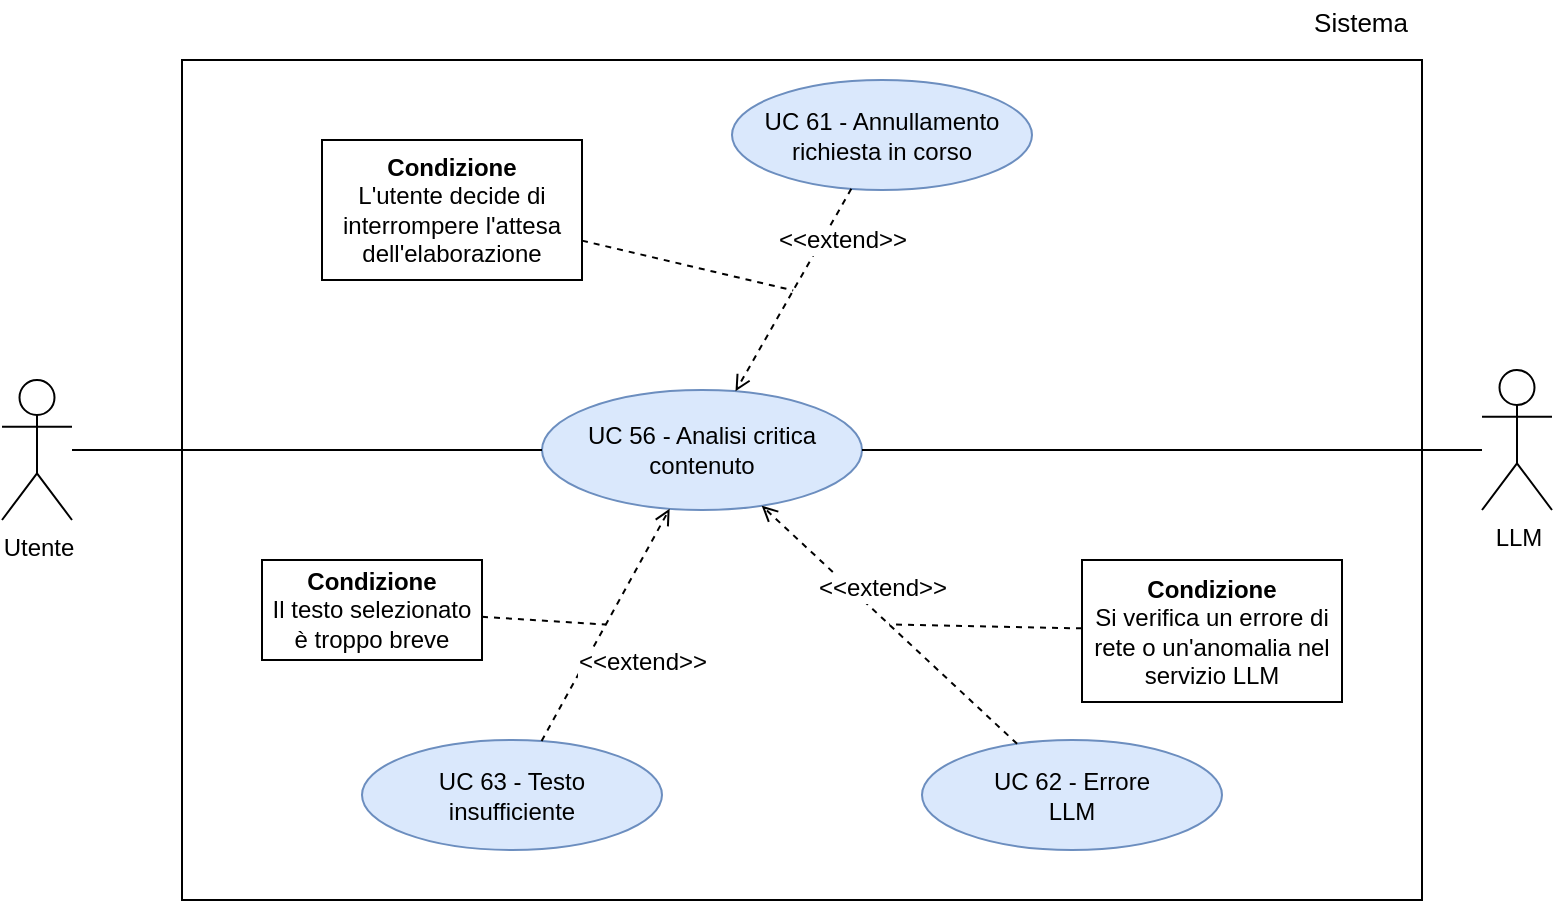
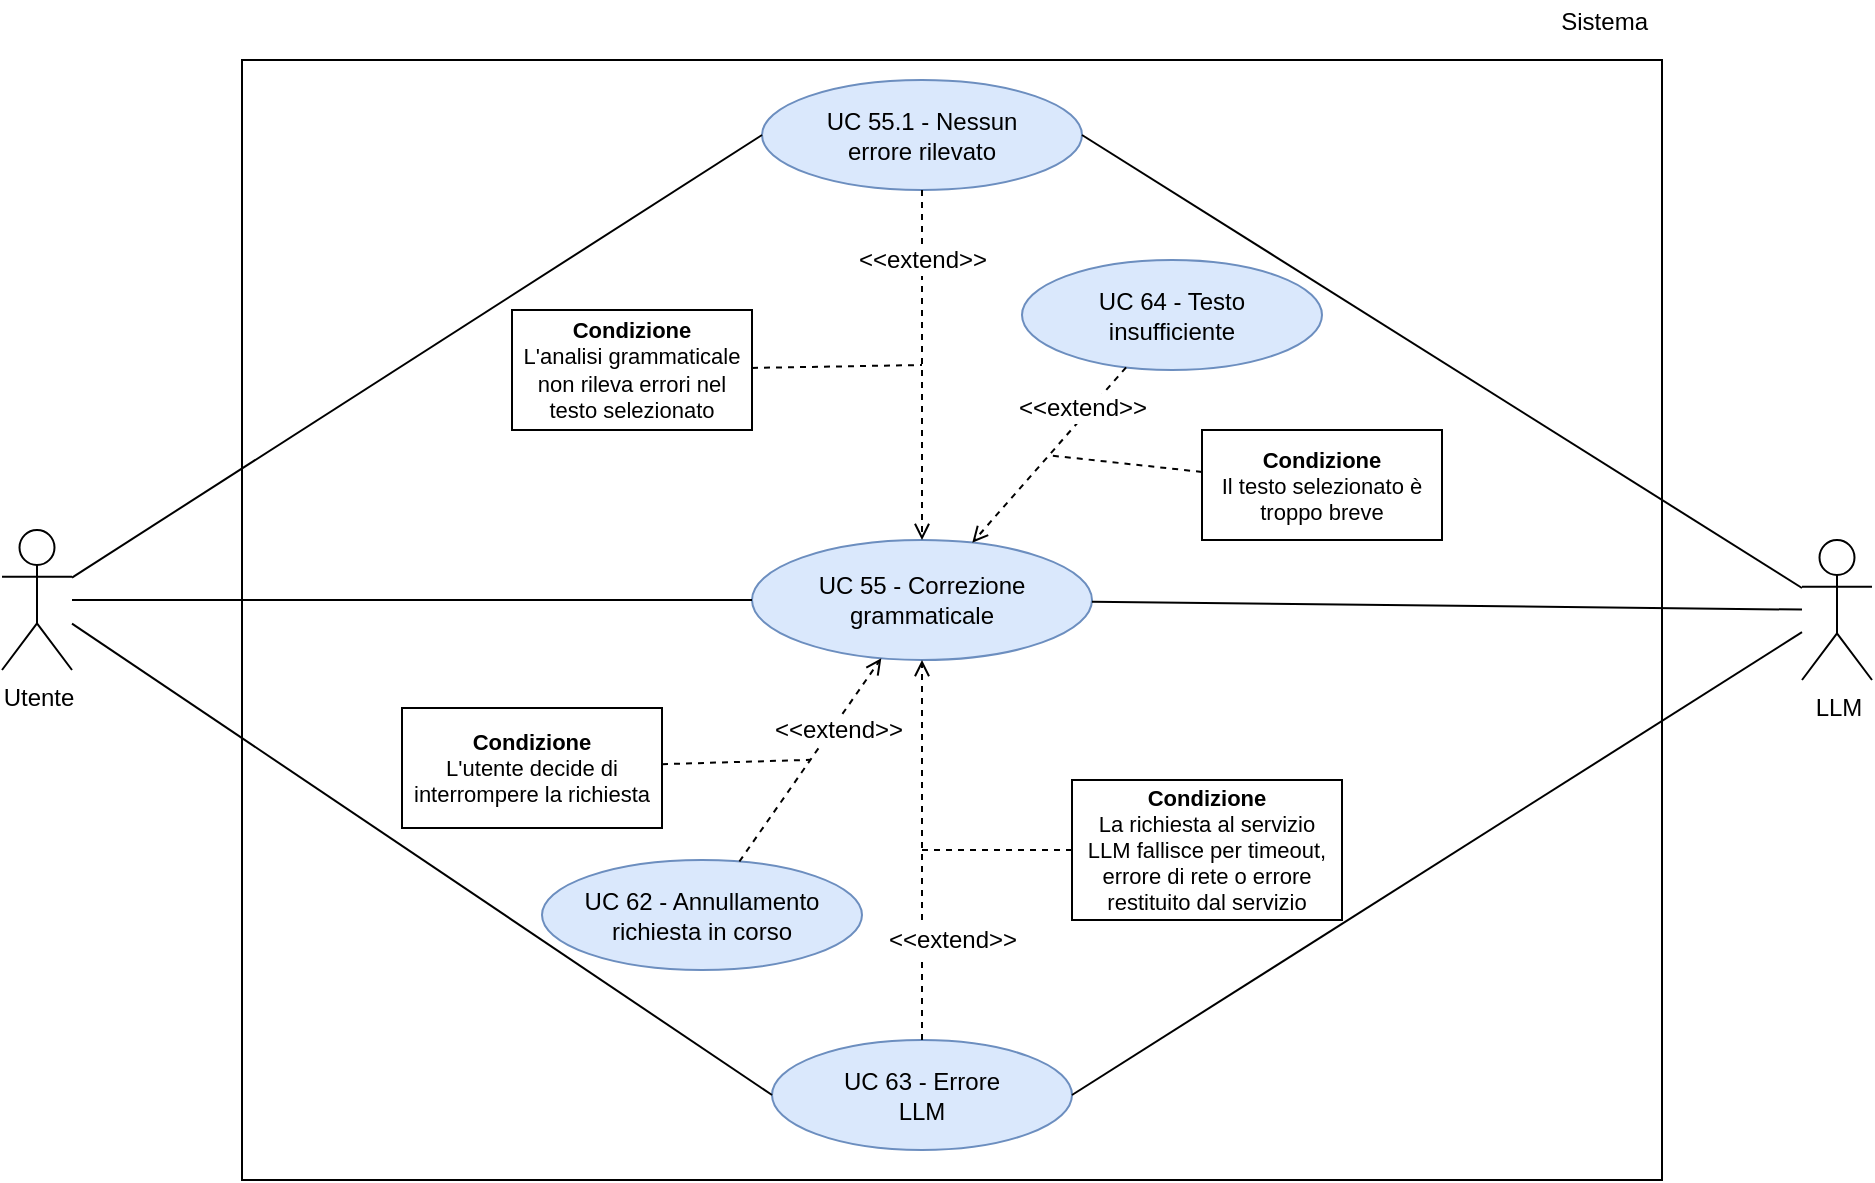
- <mxGraphModel dx="1069" dy="558" grid="1" gridSize="10" guides="1" tooltips="1" connect="1" arrows="1" fold="1" page="1" pageScale="1" pageWidth="1169" pageHeight="827" math="0" shadow="0">
+ <mxGraphModel dx="1283" dy="669" grid="1" gridSize="10" guides="1" tooltips="1" connect="1" arrows="1" fold="1" page="1" pageScale="1" pageWidth="1169" pageHeight="827" math="0" shadow="0">
  <root>
    <mxCell id="0" />
    <mxCell id="1" parent="0" />
-     <mxCell id="actor-user" parent="1" style="shape=umlActor;verticalLabelPosition=bottom;verticalAlign=top;html=1;outlineConnect=0;fontSize=10;" value="&lt;font style=&quot;font-size: 12px;&quot;&gt;Utente&lt;/font&gt;" vertex="1">
-       <mxGeometry height="70" width="35" x="220" y="310" as="geometry" />
+     <mxCell id="actor-user" parent="1" style="shape=umlActor;verticalLabelPosition=bottom;verticalAlign=top;html=1;outlineConnect=0;fontSize=12;" value="&lt;font&gt;Utente&lt;/font&gt;" vertex="1">
+       <mxGeometry height="70" width="35" x="160" y="325" as="geometry" />
    </mxCell>
-     <mxCell id="system-boundary" parent="1" style="rounded=0;whiteSpace=wrap;html=1;strokeWidth=1;" value="" vertex="1">
-       <mxGeometry height="420" width="620" x="310" y="150" as="geometry" />
+     <mxCell id="actor-llm" parent="1" style="shape=umlActor;verticalLabelPosition=bottom;verticalAlign=top;html=1;outlineConnect=0;fontSize=12;" value="&lt;font&gt;LLM&lt;/font&gt;" vertex="1">
+       <mxGeometry height="70" width="35" x="1060" y="330" as="geometry" />
    </mxCell>
-     <mxCell id="system-label" parent="1" style="text;html=1;whiteSpace=wrap;strokeColor=none;fillColor=none;align=right;verticalAlign=middle;fontSize=10;" value="&lt;font style=&quot;font-size: 13px;&quot;&gt;Sistema&lt;/font&gt;" vertex="1">
-       <mxGeometry height="22" width="65" x="860" y="120" as="geometry" />
+     <mxCell id="system-boundary" parent="1" style="rounded=0;whiteSpace=wrap;html=1;strokeWidth=1;fontSize=12;" value="" vertex="1">
+       <mxGeometry height="560" width="710" x="280" y="90" as="geometry" />
    </mxCell>
-     <mxCell id="uc52" parent="1" style="ellipse;whiteSpace=wrap;html=1;fillColor=#dae8fc;strokeColor=#6c8ebf;fontSize=10;" value="&lt;font style=&quot;&quot;&gt;&lt;font style=&quot;font-size: 12px;&quot;&gt;UC 56 - Analisi critica contenuto&lt;/font&gt;&lt;br&gt;&lt;/font&gt;" vertex="1">
-       <mxGeometry height="60" width="160" x="490" y="315" as="geometry" />
+     <mxCell id="system-label" parent="1" style="text;html=1;whiteSpace=wrap;strokeColor=none;fillColor=none;align=right;verticalAlign=middle;fontSize=12;" value="&lt;font&gt;Sistema&lt;/font&gt;" vertex="1">
+       <mxGeometry height="22" width="65" x="920" y="60" as="geometry" />
    </mxCell>
-     <mxCell id="uc62" parent="1" style="ellipse;whiteSpace=wrap;html=1;fillColor=#dae8fc;strokeColor=#6c8ebf;fontSize=10;" value="&lt;font style=&quot;font-size: 12px;&quot;&gt;UC 61 - Annullamento&lt;br&gt;richiesta in corso&lt;/font&gt;" vertex="1">
-       <mxGeometry height="55" width="150" x="585" y="160" as="geometry" />
+     <mxCell id="uc55" parent="1" style="ellipse;whiteSpace=wrap;html=1;fillColor=#dae8fc;strokeColor=#6c8ebf;fontSize=12;" value="&lt;font&gt;UC 55 - Correzione&lt;/font&gt;&lt;div&gt;&lt;font&gt;grammaticale&lt;/font&gt;&lt;/div&gt;" vertex="1">
+       <mxGeometry height="60" width="170" x="535" y="330" as="geometry" />
    </mxCell>
-     <mxCell id="uc63" parent="1" style="ellipse;whiteSpace=wrap;html=1;fillColor=#dae8fc;strokeColor=#6c8ebf;fontSize=10;" value="&lt;font style=&quot;font-size: 12px;&quot;&gt;UC 62 - Errore&lt;br&gt;LLM&lt;/font&gt;" vertex="1">
-       <mxGeometry height="55" width="150" x="680" y="490" as="geometry" />
+     <mxCell id="uc55-1" parent="1" style="ellipse;whiteSpace=wrap;html=1;fillColor=#dae8fc;strokeColor=#6c8ebf;fontSize=12;" value="&lt;font&gt;UC 55.1 - Nessun&lt;br&gt;errore rilevato&lt;/font&gt;" vertex="1">
+       <mxGeometry height="55" width="160" x="540" y="100" as="geometry" />
    </mxCell>
-     <mxCell id="uc64" parent="1" style="ellipse;whiteSpace=wrap;html=1;fillColor=#dae8fc;strokeColor=#6c8ebf;fontSize=10;" value="&lt;font style=&quot;font-size: 12px;&quot;&gt;UC 63 - Testo&lt;br&gt;insufficiente&lt;/font&gt;" vertex="1">
-       <mxGeometry height="55" width="150" x="400" y="490" as="geometry" />
+     <mxCell id="uc62" parent="1" style="ellipse;whiteSpace=wrap;html=1;fillColor=#dae8fc;strokeColor=#6c8ebf;fontSize=12;" value="&lt;font&gt;UC 62 - Annullamento&lt;br&gt;richiesta in corso&lt;/font&gt;" vertex="1">
+       <mxGeometry height="55" width="160" x="430" y="490" as="geometry" />
    </mxCell>
-     <mxCell id="assoc-user-uc52" edge="1" parent="1" source="actor-user" style="edgeStyle=none;rounded=0;orthogonalLoop=1;jettySize=auto;html=1;endArrow=none;endFill=0;" target="uc52">
+     <mxCell id="uc63" parent="1" style="ellipse;whiteSpace=wrap;html=1;fillColor=#dae8fc;strokeColor=#6c8ebf;fontSize=12;" value="&lt;font&gt;UC 63 - Errore&lt;br&gt;LLM&lt;/font&gt;" vertex="1">
+       <mxGeometry height="55" width="150" x="545" y="580" as="geometry" />
+     </mxCell>
+     <mxCell id="uc64" parent="1" style="ellipse;whiteSpace=wrap;html=1;fillColor=#dae8fc;strokeColor=#6c8ebf;fontSize=12;" value="&lt;font&gt;UC 64 - Testo&lt;br&gt;insufficiente&lt;/font&gt;" vertex="1">
+       <mxGeometry height="55" width="150" x="670" y="190" as="geometry" />
+     </mxCell>
+     <mxCell id="assoc-user-uc55" edge="1" parent="1" source="actor-user" style="edgeStyle=none;rounded=0;orthogonalLoop=1;jettySize=auto;html=1;endArrow=none;endFill=0;fontSize=12;" target="uc55">
      <mxGeometry relative="1" as="geometry" />
    </mxCell>
-     <mxCell id="assoc-uc52-llm" edge="1" parent="1" source="uc52" style="edgeStyle=none;rounded=0;orthogonalLoop=1;jettySize=auto;html=1;endArrow=none;endFill=0;">
-       <mxGeometry relative="1" as="geometry">
-         <mxPoint x="960" y="345" as="targetPoint" />
+     <mxCell id="assoc-uc55-llm" edge="1" parent="1" source="uc55" style="edgeStyle=none;rounded=0;orthogonalLoop=1;jettySize=auto;html=1;endArrow=none;endFill=0;fontSize=12;" target="actor-llm">
+       <mxGeometry relative="1" as="geometry" />
+     </mxCell>
+     <mxCell id="assoc-user-uc55-1" edge="1" parent="1" source="actor-user" style="edgeStyle=none;rounded=0;orthogonalLoop=1;jettySize=auto;html=1;endArrow=none;endFill=0;fontSize=12;entryX=0;entryY=0.5;entryDx=0;entryDy=0;" target="uc55-1">
+       <mxGeometry relative="1" as="geometry" />
+     </mxCell>
+     <mxCell id="assoc-uc55-1-llm" edge="1" parent="1" source="uc55-1" style="edgeStyle=none;rounded=0;orthogonalLoop=1;jettySize=auto;html=1;endArrow=none;endFill=0;fontSize=12;exitX=1;exitY=0.5;exitDx=0;exitDy=0;" target="actor-llm">
+       <mxGeometry relative="1" as="geometry" />
+     </mxCell>
+     <mxCell id="assoc-uc63-llm" edge="1" parent="1" source="uc63" style="edgeStyle=none;rounded=0;orthogonalLoop=1;jettySize=auto;html=1;endArrow=none;endFill=0;fontSize=12;exitX=1;exitY=0.5;exitDx=0;exitDy=0;" target="actor-llm">
+       <mxGeometry relative="1" as="geometry" />
+     </mxCell>
+     <mxCell id="extend-uc55-1-uc55" edge="1" parent="1" source="uc55-1" style="dashed=1;endArrow=open;endFill=0;html=1;rounded=0;fontSize=12;" target="uc55">
+       <mxGeometry relative="1" as="geometry" />
+     </mxCell>
+     <mxCell id="extend-label-55-1" connectable="0" parent="extend-uc55-1-uc55" style="edgeLabel;html=1;align=center;verticalAlign=middle;resizable=0;points=[];fontSize=12;" value="&lt;font&gt;&amp;lt;&amp;lt;extend&amp;gt;&amp;gt;&lt;/font&gt;" vertex="1">
+       <mxGeometry relative="1" x="-0.05" y="-1" as="geometry">
+         <mxPoint x="1" y="-48" as="offset" />
      </mxGeometry>
    </mxCell>
-     <mxCell id="extend-uc62-uc52" edge="1" parent="1" source="uc62" style="dashed=1;endArrow=open;endFill=0;html=1;rounded=0;" target="uc52">
+     <mxCell id="extend-uc62-uc55" edge="1" parent="1" source="uc62" style="dashed=1;endArrow=open;endFill=0;html=1;rounded=0;fontSize=12;" target="uc55">
      <mxGeometry relative="1" as="geometry" />
    </mxCell>
-     <mxCell id="extend-label-62" connectable="0" parent="extend-uc62-uc52" style="edgeLabel;html=1;align=center;verticalAlign=middle;resizable=0;points=[];fontSize=10;" value="&lt;font style=&quot;font-size: 12px;&quot;&gt;&amp;lt;&amp;lt;extend&amp;gt;&amp;gt;&lt;/font&gt;" vertex="1">
+     <mxCell id="extend-label-62" connectable="0" parent="extend-uc62-uc55" style="edgeLabel;html=1;align=center;verticalAlign=middle;resizable=0;points=[];fontSize=12;" value="&lt;font&gt;&amp;lt;&amp;lt;extend&amp;gt;&amp;gt;&lt;/font&gt;" vertex="1">
      <mxGeometry relative="1" x="-0.05" y="-1" as="geometry">
-         <mxPoint x="24" y="-22" as="offset" />
+         <mxPoint x="14" y="-18" as="offset" />
      </mxGeometry>
    </mxCell>
-     <mxCell id="extend-uc63-uc52" edge="1" parent="1" source="uc63" style="dashed=1;endArrow=open;endFill=0;html=1;rounded=0;" target="uc52">
+     <mxCell id="extend-uc63-uc55" edge="1" parent="1" source="uc63" style="dashed=1;endArrow=open;endFill=0;html=1;rounded=0;fontSize=12;" target="uc55">
      <mxGeometry relative="1" as="geometry" />
    </mxCell>
-     <mxCell id="extend-label-63" connectable="0" parent="extend-uc63-uc52" style="edgeLabel;html=1;align=center;verticalAlign=middle;resizable=0;points=[];fontSize=10;" value="&lt;font style=&quot;font-size: 12px;&quot;&gt;&amp;lt;&amp;lt;extend&amp;gt;&amp;gt;&lt;/font&gt;" vertex="1">
+     <mxCell id="extend-label-63" connectable="0" parent="extend-uc63-uc55" style="edgeLabel;html=1;align=center;verticalAlign=middle;resizable=0;points=[];fontSize=12;" value="&lt;font&gt;&amp;lt;&amp;lt;extend&amp;gt;&amp;gt;&lt;/font&gt;" vertex="1">
      <mxGeometry relative="1" x="-0.05" y="-1" as="geometry">
-         <mxPoint x="-8" y="-21" as="offset" />
+         <mxPoint x="14" y="40" as="offset" />
      </mxGeometry>
    </mxCell>
-     <mxCell id="extend-uc64-uc52" edge="1" parent="1" source="uc64" style="dashed=1;endArrow=open;endFill=0;html=1;rounded=0;" target="uc52">
+     <mxCell id="extend-uc64-uc55" edge="1" parent="1" source="uc64" style="dashed=1;endArrow=open;endFill=0;html=1;rounded=0;fontSize=12;" target="uc55">
      <mxGeometry relative="1" as="geometry" />
    </mxCell>
-     <mxCell id="extend-label-64" connectable="0" parent="extend-uc64-uc52" style="edgeLabel;html=1;align=center;verticalAlign=middle;resizable=0;points=[];fontSize=10;fontFamily=Helvetica;fontColor=default;fontStyle=0;labelBackgroundColor=default;" value="&lt;font style=&quot;font-size: 12px;&quot;&gt;&amp;lt;&amp;lt;extend&amp;gt;&amp;gt;&lt;/font&gt;" vertex="1">
+     <mxCell id="extend-label-64" connectable="0" parent="extend-uc64-uc55" style="edgeLabel;html=1;align=center;verticalAlign=middle;resizable=0;points=[];fontSize=12;" value="&lt;font&gt;&amp;lt;&amp;lt;extend&amp;gt;&amp;gt;&lt;/font&gt;" vertex="1">
      <mxGeometry relative="1" x="-0.05" y="1" as="geometry">
-         <mxPoint x="20" y="16" as="offset" />
+         <mxPoint x="14" y="-22" as="offset" />
      </mxGeometry>
    </mxCell>
-     <mxCell id="condition-uc62" parent="1" style="rounded=0;whiteSpace=wrap;html=1;fillColor=#ffffff;strokeColor=#000000;fontSize=10;align=center;verticalAlign=middle;spacing=6;" value="&lt;font style=&quot;font-size: 12px;&quot;&gt;&lt;b style=&quot;&quot;&gt;Condizione&lt;/b&gt;&lt;br&gt;L&#39;utente decide di interrompere l&#39;attesa dell&#39;elaborazione&lt;/font&gt;" vertex="1">
-       <mxGeometry height="70" width="130" x="380" y="190" as="geometry" />
+     <mxCell id="condition-uc55-1" parent="1" style="rounded=0;whiteSpace=wrap;html=1;fillColor=#ffffff;strokeColor=#000000;fontSize=11;align=center;verticalAlign=middle;spacing=6;" value="&lt;b&gt;Condizione&lt;/b&gt;&lt;br&gt;L&#39;analisi grammaticale non rileva errori nel testo selezionato" vertex="1">
+       <mxGeometry height="60" width="120" x="415" y="215" as="geometry" />
    </mxCell>
-     <mxCell id="condition-uc63" parent="1" style="rounded=0;whiteSpace=wrap;html=1;fillColor=#ffffff;strokeColor=#000000;fontSize=10;align=center;verticalAlign=middle;spacing=6;" value="&lt;font style=&quot;font-size: 12px;&quot;&gt;&lt;b style=&quot;&quot;&gt;Condizione&lt;/b&gt;&lt;br&gt;Si verifica un errore di rete o un&#39;anomalia nel servizio LLM&lt;/font&gt;" vertex="1">
-       <mxGeometry height="71" width="130" x="760" y="400" as="geometry" />
+     <mxCell id="condition-uc62" parent="1" style="rounded=0;whiteSpace=wrap;html=1;fillColor=#ffffff;strokeColor=#000000;fontSize=11;align=center;verticalAlign=middle;spacing=6;" value="&lt;b&gt;Condizione&lt;/b&gt;&lt;br&gt;L&#39;utente decide di interrompere la richiesta" vertex="1">
+       <mxGeometry height="60" width="130" x="360" y="414" as="geometry" />
    </mxCell>
-     <mxCell id="condition-uc64" parent="1" style="rounded=0;whiteSpace=wrap;html=1;fillColor=#ffffff;strokeColor=#000000;fontSize=10;align=center;verticalAlign=middle;spacing=6;" value="&lt;font style=&quot;font-size: 12px;&quot;&gt;&lt;b style=&quot;&quot;&gt;Condizione&lt;/b&gt;&lt;br&gt;Il testo selezionato è troppo breve&lt;/font&gt;" vertex="1">
-       <mxGeometry height="50" width="110" x="350" y="400" as="geometry" />
+     <mxCell id="condition-uc64" parent="1" style="rounded=0;whiteSpace=wrap;html=1;fillColor=#ffffff;strokeColor=#000000;fontSize=11;align=center;verticalAlign=middle;spacing=6;" value="&lt;b&gt;Condizione&lt;/b&gt;&lt;br&gt;Il testo selezionato è troppo breve" vertex="1">
+       <mxGeometry height="55" width="120" x="760" y="275" as="geometry" />
    </mxCell>
-     <mxCell id="condition-line-62" edge="1" parent="1" source="condition-uc62" style="dashed=1;endArrow=none;html=1;rounded=0;strokeWidth=1;" target="extend-uc62-uc52">
+     <mxCell id="condition-line-55-1" edge="1" parent="1" source="condition-uc55-1" style="dashed=1;endArrow=none;html=1;rounded=0;strokeWidth=1;fontSize=12;" target="extend-uc55-1-uc55">
      <mxGeometry relative="1" as="geometry" />
    </mxCell>
-     <mxCell id="condition-line-63" edge="1" parent="1" source="condition-uc63" style="dashed=1;endArrow=none;html=1;rounded=0;strokeWidth=1;" target="extend-uc63-uc52">
+     <mxCell id="condition-line-62" edge="1" parent="1" source="condition-uc62" style="dashed=1;endArrow=none;html=1;rounded=0;strokeWidth=1;fontSize=12;" target="extend-uc62-uc55">
      <mxGeometry relative="1" as="geometry" />
    </mxCell>
-     <mxCell id="condition-line-64" edge="1" parent="1" source="condition-uc64" style="dashed=1;endArrow=none;html=1;rounded=0;strokeWidth=1;" target="extend-uc64-uc52">
+     <mxCell id="condition-line-63" edge="1" parent="1" source="condition-uc63" style="dashed=1;endArrow=none;html=1;rounded=0;strokeWidth=1;fontSize=12;" target="extend-uc63-uc55">
      <mxGeometry relative="1" as="geometry" />
    </mxCell>
-     <mxCell id="4S_GJxI6N92lzNAu5wbE-25" parent="1" style="shape=umlActor;verticalLabelPosition=bottom;verticalAlign=top;html=1;outlineConnect=0;fontSize=10;" value="&lt;font style=&quot;font-size: 12px;&quot;&gt;LLM&lt;/font&gt;" vertex="1">
-       <mxGeometry height="70" width="35" x="960" y="305" as="geometry" />
+     <mxCell id="condition-line-64" edge="1" parent="1" source="condition-uc64" style="dashed=1;endArrow=none;html=1;rounded=0;strokeWidth=1;fontSize=12;" target="extend-uc64-uc55">
+       <mxGeometry relative="1" as="geometry" />
+     </mxCell>
+     <mxCell id="4S_GJxI6N92lzNAu5wbE-48" edge="1" parent="1" source="actor-user" style="edgeStyle=none;rounded=0;orthogonalLoop=1;jettySize=auto;html=1;endArrow=none;endFill=0;fontSize=12;entryX=0;entryY=0.5;entryDx=0;entryDy=0;" target="uc63" value="">
+       <mxGeometry relative="1" as="geometry">
+         <mxPoint x="225" y="370" as="sourcePoint" />
+         <mxPoint x="560" y="461" as="targetPoint" />
+       </mxGeometry>
+     </mxCell>
+     <mxCell id="condition-uc63" parent="1" style="rounded=0;whiteSpace=wrap;html=1;fillColor=#ffffff;strokeColor=#000000;fontSize=11;align=center;verticalAlign=middle;spacing=6;" value="&lt;b&gt;Condizione&lt;/b&gt;&lt;br&gt;&lt;div&gt;La richiesta al servizio LLM fallisce per timeout, errore di rete o errore restituito dal servizio&lt;/div&gt;" vertex="1">
+       <mxGeometry height="70" width="135" x="695" y="450" as="geometry" />
    </mxCell>
  </root>
</mxGraphModel>
